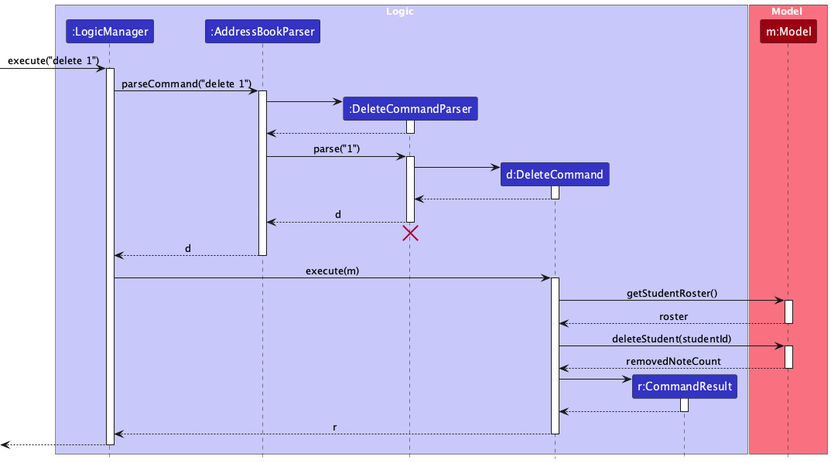
The PlantUML diagram docs/images/DeleteSequenceDiagram.png in AY2627S1-CS2103T-F09-1/tp, before a commit. Source of this version:
```plantuml
@startuml
!include style.puml
skinparam ArrowFontStyle plain

box Logic LOGIC_COLOR_T1
participant ":LogicManager" as LogicManager LOGIC_COLOR
participant ":AddressBookParser" as AddressBookParser LOGIC_COLOR
participant ":DeleteCommandParser" as DeleteCommandParser LOGIC_COLOR
participant "d:DeleteCommand" as DeleteCommand LOGIC_COLOR
participant "r:CommandResult" as CommandResult LOGIC_COLOR
end box

box Model MODEL_COLOR_T1
participant "m:Model" as Model MODEL_COLOR
end box

[-> LogicManager : execute("delete 1")
activate LogicManager

LogicManager -> AddressBookParser : parseCommand("delete 1")
activate AddressBookParser

create DeleteCommandParser
AddressBookParser -> DeleteCommandParser
activate DeleteCommandParser

DeleteCommandParser --> AddressBookParser
deactivate DeleteCommandParser

AddressBookParser -> DeleteCommandParser : parse("1")
activate DeleteCommandParser

create DeleteCommand
DeleteCommandParser -> DeleteCommand
activate DeleteCommand

DeleteCommand --> DeleteCommandParser :
deactivate DeleteCommand

DeleteCommandParser --> AddressBookParser : d
deactivate DeleteCommandParser
DeleteCommandParser -[hidden]-> AddressBookParser
destroy DeleteCommandParser

AddressBookParser --> LogicManager : d
deactivate AddressBookParser

LogicManager -> DeleteCommand : execute(m)
activate DeleteCommand

DeleteCommand -> Model : getStudentRoster()
activate Model

Model --> DeleteCommand : roster
deactivate Model

DeleteCommand -> Model : deleteStudent(studentId)
activate Model

Model --> DeleteCommand : removedNoteCount
deactivate Model

create CommandResult
DeleteCommand -> CommandResult
activate CommandResult

CommandResult --> DeleteCommand
deactivate CommandResult

DeleteCommand --> LogicManager : r
deactivate DeleteCommand

[<--LogicManager
deactivate LogicManager
@enduml
```
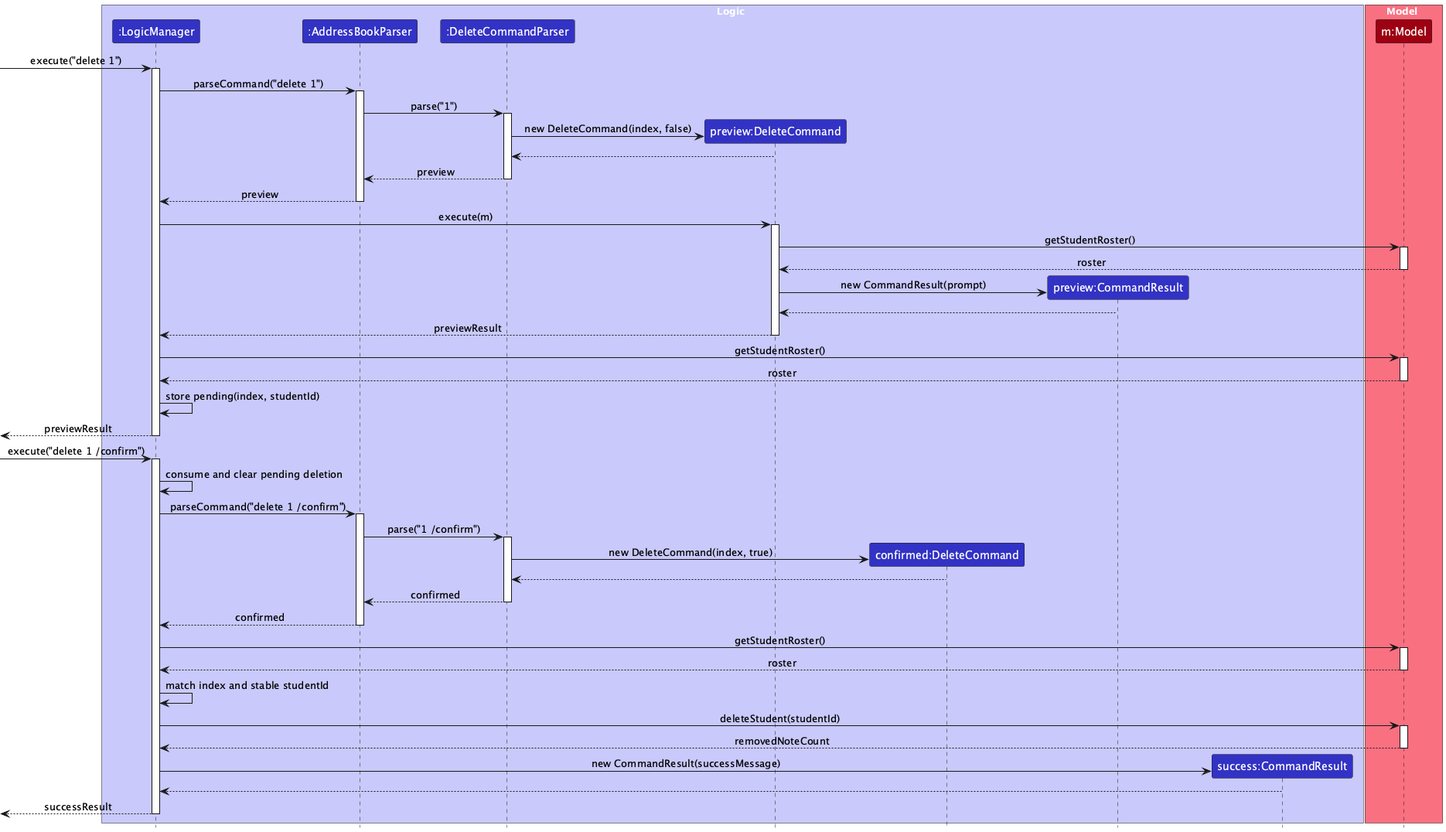
After the commit.

Commit message:
Document confirmed student deletion

What changed in the source:
```diff
@@ -6,8 +6,10 @@
 participant ":LogicManager" as LogicManager LOGIC_COLOR
 participant ":AddressBookParser" as AddressBookParser LOGIC_COLOR
 participant ":DeleteCommandParser" as DeleteCommandParser LOGIC_COLOR
-participant "d:DeleteCommand" as DeleteCommand LOGIC_COLOR
-participant "r:CommandResult" as CommandResult LOGIC_COLOR
+participant "preview:DeleteCommand" as PreviewCommand LOGIC_COLOR
+participant "confirmed:DeleteCommand" as ConfirmedCommand LOGIC_COLOR
+participant "preview:CommandResult" as PreviewResult LOGIC_COLOR
+participant "success:CommandResult" as SuccessResult LOGIC_COLOR
 end box
 
 box Model MODEL_COLOR_T1
@@ -19,57 +21,65 @@
 
 LogicManager -> AddressBookParser : parseCommand("delete 1")
 activate AddressBookParser
-
-create DeleteCommandParser
-AddressBookParser -> DeleteCommandParser
-activate DeleteCommandParser
-
-DeleteCommandParser --> AddressBookParser
-deactivate DeleteCommandParser
-
 AddressBookParser -> DeleteCommandParser : parse("1")
 activate DeleteCommandParser
-
-create DeleteCommand
-DeleteCommandParser -> DeleteCommand
-activate DeleteCommand
-
-DeleteCommand --> DeleteCommandParser :
-deactivate DeleteCommand
-
-DeleteCommandParser --> AddressBookParser : d
+create PreviewCommand
+DeleteCommandParser -> PreviewCommand : new DeleteCommand(index, false)
+PreviewCommand --> DeleteCommandParser
+DeleteCommandParser --> AddressBookParser : preview
 deactivate DeleteCommandParser
-DeleteCommandParser -[hidden]-> AddressBookParser
-destroy DeleteCommandParser
-
-AddressBookParser --> LogicManager : d
+AddressBookParser --> LogicManager : preview
 deactivate AddressBookParser
 
-LogicManager -> DeleteCommand : execute(m)
-activate DeleteCommand
+LogicManager -> PreviewCommand : execute(m)
+activate PreviewCommand
+PreviewCommand -> Model : getStudentRoster()
+activate Model
+Model --> PreviewCommand : roster
+deactivate Model
+create PreviewResult
+PreviewCommand -> PreviewResult : new CommandResult(prompt)
+PreviewResult --> PreviewCommand
+PreviewCommand --> LogicManager : previewResult
+deactivate PreviewCommand
+LogicManager -> Model : getStudentRoster()
+activate Model
+Model --> LogicManager : roster
+deactivate Model
+LogicManager -> LogicManager : store pending(index, studentId)
 
-DeleteCommand -> Model : getStudentRoster()
+[<-- LogicManager : previewResult
+deactivate LogicManager
+
+[-> LogicManager : execute("delete 1 /confirm")
+activate LogicManager
+LogicManager -> LogicManager : consume and clear pending deletion
+
+LogicManager -> AddressBookParser : parseCommand("delete 1 /confirm")
+activate AddressBookParser
+AddressBookParser -> DeleteCommandParser : parse("1 /confirm")
+activate DeleteCommandParser
+create ConfirmedCommand
+DeleteCommandParser -> ConfirmedCommand : new DeleteCommand(index, true)
+ConfirmedCommand --> DeleteCommandParser
+DeleteCommandParser --> AddressBookParser : confirmed
+deactivate DeleteCommandParser
+AddressBookParser --> LogicManager : confirmed
+deactivate AddressBookParser
+
+LogicManager -> Model : getStudentRoster()
 activate Model
+Model --> LogicManager : roster
+deactivate Model
+LogicManager -> LogicManager : match index and stable studentId
+LogicManager -> Model : deleteStudent(studentId)
+activate Model
+Model --> LogicManager : removedNoteCount
+deactivate Model
+create SuccessResult
+LogicManager -> SuccessResult : new CommandResult(successMessage)
+SuccessResult --> LogicManager
 
-Model --> DeleteCommand : roster
-deactivate Model
-
-DeleteCommand -> Model : deleteStudent(studentId)
-activate Model
-
-Model --> DeleteCommand : removedNoteCount
-deactivate Model
-
-create CommandResult
-DeleteCommand -> CommandResult
-activate CommandResult
-
-CommandResult --> DeleteCommand
-deactivate CommandResult
-
-DeleteCommand --> LogicManager : r
-deactivate DeleteCommand
-
-[<--LogicManager
+[<-- LogicManager : successResult
 deactivate LogicManager
 @enduml
```
